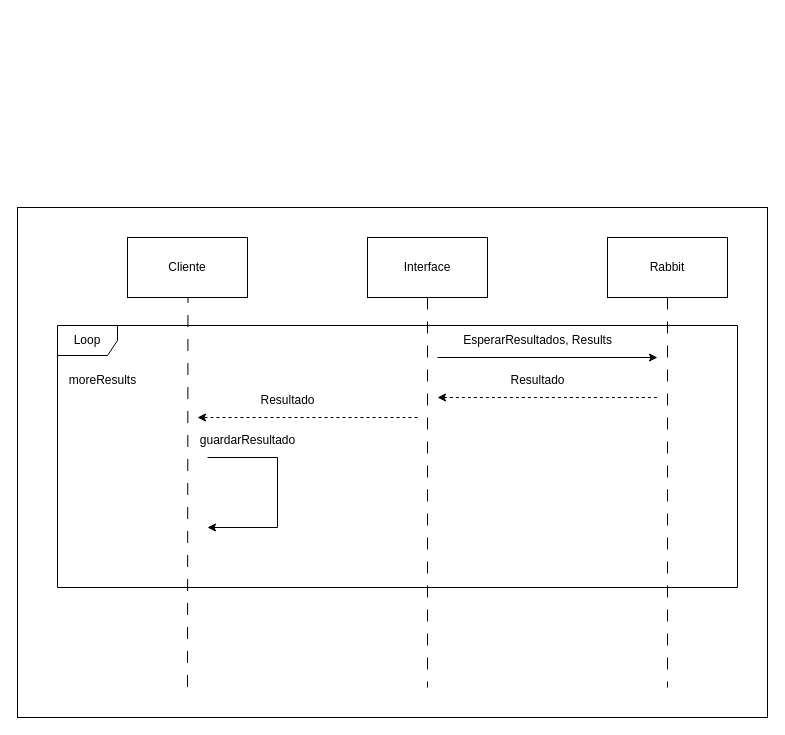
This is page "EnvioDeResultadosYFin" (3 of 5) of docs/diagramas/SecuenciaDistribuidos.drawio from FranciscoPereira987/tp1-distribuidos-grupo5, a draw.io file, before an edit. Source tidied: cells renumbered, new cells numbered last; positions are measured from the earlier drawing's top-left corner, leaving out a move shared by most shapes. Both pictures are drawn from the tidied source at 100%, with x=0, y=0 at pixel (17, 207).
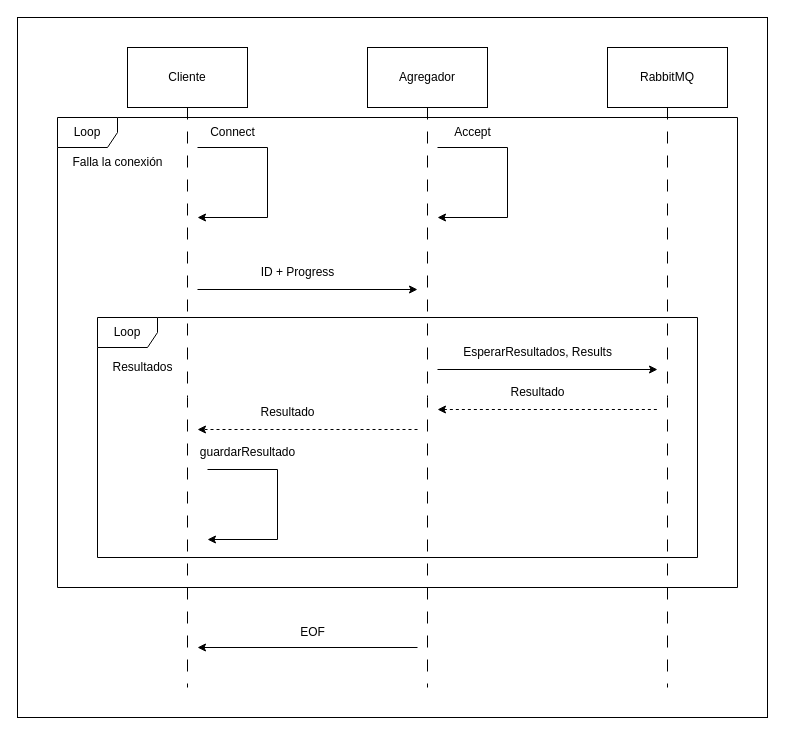
After the change.

The edit, as a diff of the source:
```diff
@@
+    <mxCell id="18" style="rounded=0;whiteSpace=wrap;html=1;fillColor=none;" parent="1" vertex="1">
+      <mxGeometry y="-190" width="750" height="700" as="geometry" />
+    </mxCell>
-    <mxCell id="2" style="edgeStyle=orthogonalEdgeStyle;rounded=0;orthogonalLoop=1;jettySize=auto;html=1;exitX=0.5;exitY=1;exitDx=0;exitDy=0;dashed=1;dashPattern=12 12;endArrow=none;endFill=0;" parent="1" edge="1">
+    <mxCell id="2" style="edgeStyle=orthogonalEdgeStyle;rounded=0;jettySize=auto;html=1;dashed=1;dashPattern=12 12;endArrow=none;endFill=0;" parent="1" edge="1" source="3">
       <mxGeometry relative="1" as="geometry">
-        <mxPoint x="149.5" y="80" as="sourcePoint" />
         <mxPoint x="170" y="480" as="targetPoint" />
       </mxGeometry>
     </mxCell>
     <mxCell id="3" value="Cliente" style="rounded=0;whiteSpace=wrap;html=1;" parent="1" vertex="1">
-      <mxGeometry x="110" y="30" width="120" height="60" as="geometry" />
+      <mxGeometry x="110" y="-160" width="120" height="60" as="geometry" />
     </mxCell>
@@
-    <mxCell id="5" value="Interface" style="rounded=0;whiteSpace=wrap;html=1;" parent="1" vertex="1">
-      <mxGeometry x="350" y="30" width="120" height="60" as="geometry" />
+    <mxCell id="5" value="Agregador" style="rounded=0;whiteSpace=wrap;html=1;" parent="1" vertex="1">
+      <mxGeometry x="350" y="-160" width="120" height="60" as="geometry" />
     </mxCell>
@@
-    <mxCell id="7" value="Rabbit" style="rounded=0;whiteSpace=wrap;html=1;" parent="1" vertex="1">
-      <mxGeometry x="590" y="30" width="120" height="60" as="geometry" />
+    <mxCell id="7" value="RabbitMQ" style="rounded=0;whiteSpace=wrap;html=1;" parent="1" vertex="1">
+      <mxGeometry x="590" y="-160" width="120" height="60" as="geometry" />
     </mxCell>
     <mxCell id="8" style="endArrow=classic;html=1;rounded=0;" parent="1" edge="1">
       <mxGeometry relative="1" as="geometry">
-        <mxPoint x="420" y="150" as="sourcePoint" />
-        <mxPoint x="640" y="150" as="targetPoint" />
+        <mxPoint x="420" y="162" as="sourcePoint" />
+        <mxPoint x="640" y="162" as="targetPoint" />
       </mxGeometry>
     </mxCell>
     <mxCell id="9" style="endArrow=none;html=1;rounded=0;startArrow=classic;startFill=1;endFill=0;dashed=1;" parent="1" edge="1">
       <mxGeometry relative="1" as="geometry">
-        <mxPoint x="420" y="190" as="sourcePoint" />
-        <mxPoint x="640" y="190" as="targetPoint" />
+        <mxPoint x="420" y="202" as="sourcePoint" />
+        <mxPoint x="640" y="202" as="targetPoint" />
       </mxGeometry>
     </mxCell>
     <mxCell id="10" value="EsperarResultados, Results" style="text;html=1;align=center;verticalAlign=middle;strokeColor=none;fillColor=none;" parent="1" vertex="1">
-      <mxGeometry x="435" y="118" width="170" height="30" as="geometry" />
+      <mxGeometry x="435" y="130" width="170" height="30" as="geometry" />
     </mxCell>
     <mxCell id="11" value="Resultado" style="text;html=1;align=center;verticalAlign=middle;strokeColor=none;fillColor=none;" parent="1" vertex="1">
-      <mxGeometry x="480" y="158" width="80" height="30" as="geometry" />
+      <mxGeometry x="480" y="170" width="80" height="30" as="geometry" />
     </mxCell>
     <mxCell id="12" style="endArrow=classic;html=1;rounded=0;dashed=1;" parent="1" edge="1">
       <mxGeometry relative="1" as="geometry">
-        <mxPoint x="400" y="210" as="sourcePoint" />
-        <mxPoint x="180" y="210" as="targetPoint" />
+        <mxPoint x="400" y="222" as="sourcePoint" />
+        <mxPoint x="180" y="222" as="targetPoint" />
       </mxGeometry>
     </mxCell>
     <mxCell id="13" value="Resultado" style="text;html=1;align=center;verticalAlign=middle;strokeColor=none;fillColor=none;" parent="1" vertex="1">
-      <mxGeometry x="230" y="178" width="80" height="30" as="geometry" />
+      <mxGeometry x="230" y="190" width="80" height="30" as="geometry" />
     </mxCell>
     <mxCell id="14" style="endArrow=classic;html=1;rounded=0;" parent="1" edge="1">
       <mxGeometry relative="1" as="geometry">
-        <mxPoint x="190" y="250" as="sourcePoint" />
-        <mxPoint x="190" y="320" as="targetPoint" />
+        <mxPoint x="190" y="262" as="sourcePoint" />
+        <mxPoint x="190" y="332" as="targetPoint" />
         <Array as="points">
-          <mxPoint x="260" y="250" />
-          <mxPoint x="260" y="320" />
+          <mxPoint x="260" y="262" />
+          <mxPoint x="260" y="332" />
         </Array>
       </mxGeometry>
     </mxCell>
     <mxCell id="15" value="guardarResultado" style="text;html=1;align=center;verticalAlign=middle;strokeColor=none;fillColor=none;" parent="1" vertex="1">
-      <mxGeometry x="170" y="218" width="120" height="30" as="geometry" />
+      <mxGeometry x="170" y="230" width="120" height="30" as="geometry" />
     </mxCell>
     <mxCell id="16" value="Loop" style="shape=umlFrame;whiteSpace=wrap;html=1;" parent="1" vertex="1">
-      <mxGeometry x="40" y="118" width="680" height="262" as="geometry" />
+      <mxGeometry x="40" y="-90" width="680" height="470" as="geometry" />
     </mxCell>
-    <mxCell id="17" value="moreResults" style="text;html=1;align=center;verticalAlign=middle;strokeColor=none;fillColor=none;" parent="1" vertex="1">
-      <mxGeometry x="40" y="158" width="90" height="30" as="geometry" />
+    <mxCell id="17" value="&lt;div&gt;Resultados&lt;/div&gt;" style="text;html=1;align=center;verticalAlign=middle;strokeColor=none;fillColor=none;" parent="1" vertex="1">
+      <mxGeometry x="80" y="145" width="90" height="30" as="geometry" />
     </mxCell>
-    <mxCell id="18" style="rounded=0;whiteSpace=wrap;html=1;fillColor=none;" parent="1" vertex="1">
-      <mxGeometry width="750" height="510" as="geometry" />
-    </mxCell>
+    <mxCell id="19" style="endArrow=classic;html=1;rounded=0;" parent="1" edge="1">
+      <mxGeometry relative="1" as="geometry">
+        <mxPoint x="400" y="440" as="sourcePoint" />
+        <mxPoint x="180" y="440" as="targetPoint" />
+      </mxGeometry>
+    </mxCell>
+    <mxCell id="20" value="EOF" style="text;html=1;align=center;verticalAlign=middle;strokeColor=none;fillColor=none;" parent="1" vertex="1">
+      <mxGeometry x="270" y="410" width="50" height="30" as="geometry" />
+    </mxCell>
+    <mxCell id="21" style="endArrow=classic;html=1;rounded=0;" parent="1" edge="1">
+      <mxGeometry relative="1" as="geometry">
+        <mxPoint x="180" y="-60" as="sourcePoint" />
+        <mxPoint x="180" y="10" as="targetPoint" />
+        <Array as="points">
+          <mxPoint x="250" y="-60" />
+          <mxPoint x="250" y="10" />
+        </Array>
+      </mxGeometry>
+    </mxCell>
+    <mxCell id="22" value="Connect" style="text;html=1;align=center;verticalAlign=middle;strokeColor=none;fillColor=none;" parent="1" vertex="1">
+      <mxGeometry x="180" y="-90" width="70" height="30" as="geometry" />
+    </mxCell>
+    <mxCell id="23" style="endArrow=classic;html=1;rounded=0;" parent="1" edge="1">
+      <mxGeometry relative="1" as="geometry">
+        <mxPoint x="420" y="-60" as="sourcePoint" />
+        <mxPoint x="420" y="10" as="targetPoint" />
+        <Array as="points">
+          <mxPoint x="490" y="-60" />
+          <mxPoint x="490" y="10" />
+        </Array>
+      </mxGeometry>
+    </mxCell>
+    <mxCell id="24" value="Accept" style="text;html=1;align=center;verticalAlign=middle;strokeColor=none;fillColor=none;" parent="1" vertex="1">
+      <mxGeometry x="425" y="-90" width="60" height="30" as="geometry" />
+    </mxCell>
+    <mxCell id="25" style="endArrow=classic;html=1;rounded=0;" parent="1" edge="1">
+      <mxGeometry relative="1" as="geometry">
+        <mxPoint x="180" y="82" as="sourcePoint" />
+        <mxPoint x="400" y="82" as="targetPoint" />
+      </mxGeometry>
+    </mxCell>
+    <mxCell id="26" value="ID + Progress" style="text;html=1;align=center;verticalAlign=middle;strokeColor=none;fillColor=none;" parent="1" vertex="1">
+      <mxGeometry x="230" y="50" width="100" height="30" as="geometry" />
+    </mxCell>
+    <mxCell id="27" value="Falla la conexión" style="text;html=1;align=center;verticalAlign=middle;strokeColor=none;fillColor=none;" parent="1" vertex="1">
+      <mxGeometry x="40" y="-60" width="120" height="30" as="geometry" />
+    </mxCell>
+    <mxCell id="28" value="Loop" style="shape=umlFrame;whiteSpace=wrap;html=1;" parent="1" vertex="1">
+      <mxGeometry x="80" y="110" width="600" height="240" as="geometry" />
+    </mxCell>
```
